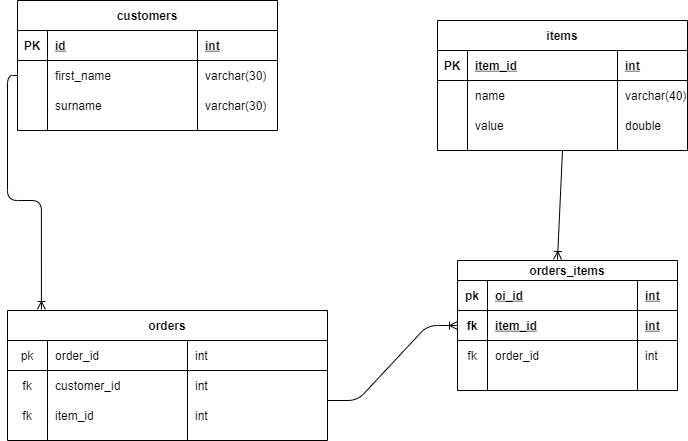
Above: documents/erd1.png in skeletoro/IMS-Starter (draw.io), before the change. Source tidied: cells renumbered, new cells last; positions are measured from the earlier drawing's top-left corner, leaving out a move shared by most shapes.
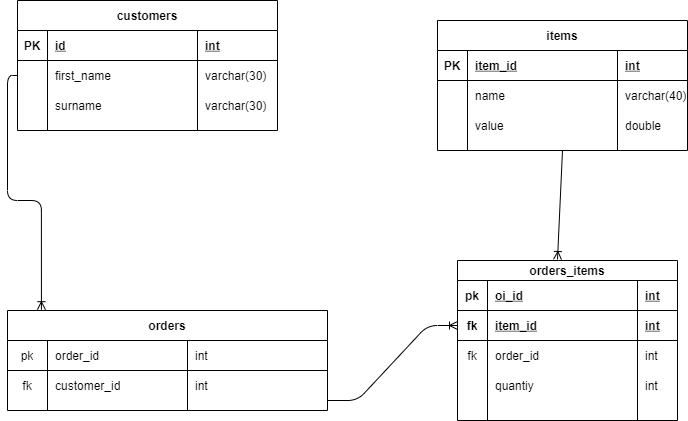
After the commit.

What changed in the source:
```diff
@@ -81,7 +81,7 @@
       <mxGeometry x="180" width="70" height="30" as="geometry" />
     </mxCell>
     <mxCell id="28" value="orders" style="shape=table;html=1;whiteSpace=wrap;startSize=30;rowLines=0;fontStyle=1;align=center;" parent="1" vertex="1">
-      <mxGeometry y="310" width="320" height="130" as="geometry" />
+      <mxGeometry y="310" width="320" height="100" as="geometry" />
     </mxCell>
     <mxCell id="29" style="shape=partialRectangle;html=1;whiteSpace=wrap;fillColor=none;top=0;left=0;bottom=1;right=0;" parent="28" vertex="1">
       <mxGeometry y="30" width="320" height="30" as="geometry" />
@@ -107,18 +107,6 @@
     <mxCell id="36" value="int" style="shape=partialRectangle;html=1;whiteSpace=wrap;fillColor=none;top=0;left=0;bottom=0;right=0;align=left;spacingLeft=6;overflow=hidden;" parent="33" vertex="1">
       <mxGeometry x="180" width="140" height="30" as="geometry" />
     </mxCell>
-    <mxCell id="37" style="shape=partialRectangle;html=1;whiteSpace=wrap;fillColor=none;top=0;left=0;bottom=0;right=0;" parent="28" vertex="1">
-      <mxGeometry y="90" width="320" height="30" as="geometry" />
-    </mxCell>
-    <mxCell id="38" value="fk" style="shape=partialRectangle;html=1;whiteSpace=wrap;fillColor=none;top=0;left=0;bottom=0;right=0;overflow=hidden;" parent="37" vertex="1">
-      <mxGeometry width="40" height="30" as="geometry" />
-    </mxCell>
-    <mxCell id="39" value="item_id" style="shape=partialRectangle;html=1;whiteSpace=wrap;fillColor=none;top=0;left=0;bottom=0;right=0;align=left;spacingLeft=6;overflow=hidden;" parent="37" vertex="1">
-      <mxGeometry x="40" width="140" height="30" as="geometry" />
-    </mxCell>
-    <mxCell id="40" value="int" style="shape=partialRectangle;html=1;whiteSpace=wrap;fillColor=none;top=0;left=0;bottom=0;right=0;align=left;spacingLeft=6;overflow=hidden;" parent="37" vertex="1">
-      <mxGeometry x="180" width="140" height="30" as="geometry" />
-    </mxCell>
     <mxCell id="41" style="shape=partialRectangle;html=1;whiteSpace=wrap;fillColor=none;top=0;left=0;bottom=0;right=0;" parent="1" vertex="1">
       <mxGeometry x="380" y="280" width="180" height="30" as="geometry" />
     </mxCell>
@@ -132,7 +120,7 @@
       <mxGeometry x="110" width="70" height="30" as="geometry" />
     </mxCell>
     <mxCell id="45" value="orders_items" style="shape=table;startSize=20;rowLines=0;fontStyle=1;align=center;" parent="1" vertex="1">
-      <mxGeometry x="450" y="260" width="220" height="130" as="geometry" />
+      <mxGeometry x="450" y="260" width="220" height="160" as="geometry" />
     </mxCell>
     <mxCell id="46" style="shape=partialRectangle;fillColor=none;top=0;left=0;bottom=1;right=0;" parent="45" vertex="1">
       <mxGeometry y="20" width="220" height="30" as="geometry" />
@@ -170,6 +158,18 @@
     <mxCell id="57" value="int" style="shape=partialRectangle;fillColor=none;top=0;left=0;bottom=0;right=0;align=left;spacingLeft=6;overflow=hidden;" parent="54" vertex="1">
       <mxGeometry x="180" width="40" height="30" as="geometry" />
     </mxCell>
+    <mxCell id="61" style="shape=partialRectangle;fillColor=none;top=0;left=0;bottom=0;right=0;" parent="45" vertex="1">
+      <mxGeometry y="110" width="220" height="30" as="geometry" />
+    </mxCell>
+    <mxCell id="62" style="shape=partialRectangle;fillColor=none;top=0;left=0;bottom=0;right=0;overflow=hidden;" parent="61" vertex="1">
+      <mxGeometry width="30" height="30" as="geometry" />
+    </mxCell>
+    <mxCell id="63" value="quantiy" style="shape=partialRectangle;fillColor=none;top=0;left=0;bottom=0;right=0;align=left;spacingLeft=6;overflow=hidden;" parent="61" vertex="1">
+      <mxGeometry x="30" width="150" height="30" as="geometry" />
+    </mxCell>
+    <mxCell id="40" value="int" style="shape=partialRectangle;fillColor=none;top=0;left=0;bottom=0;right=0;align=left;spacingLeft=6;overflow=hidden;" parent="61" vertex="1">
+      <mxGeometry x="180" width="40" height="30" as="geometry" />
+    </mxCell>
     <mxCell id="58" style="fontSize=12;html=1;endArrow=ERoneToMany;exitX=0;exitY=0.5;exitDx=0;exitDy=0;entryX=0.106;entryY=-0.008;entryDx=0;entryDy=0;edgeStyle=orthogonalEdgeStyle;entryPerimeter=0;" parent="1" edge="1" source="7" target="28">
       <mxGeometry relative="1" as="geometry" />
     </mxCell>
```
